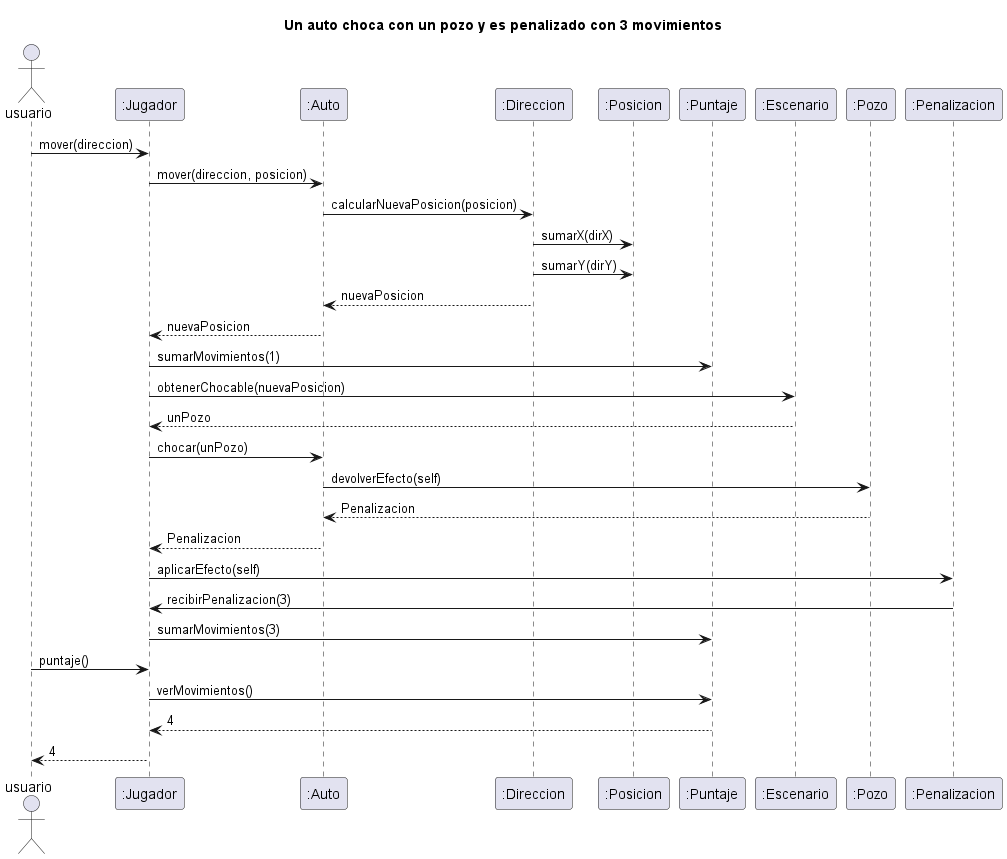
Before: diagrams/sequences/auto_choca_pozo.png, a diagram exported from PlantUML (NestorPala/T17-GPSChallenge). Its source is kept beside it as diagrams/sequences/auto_choca_pozo.puml.
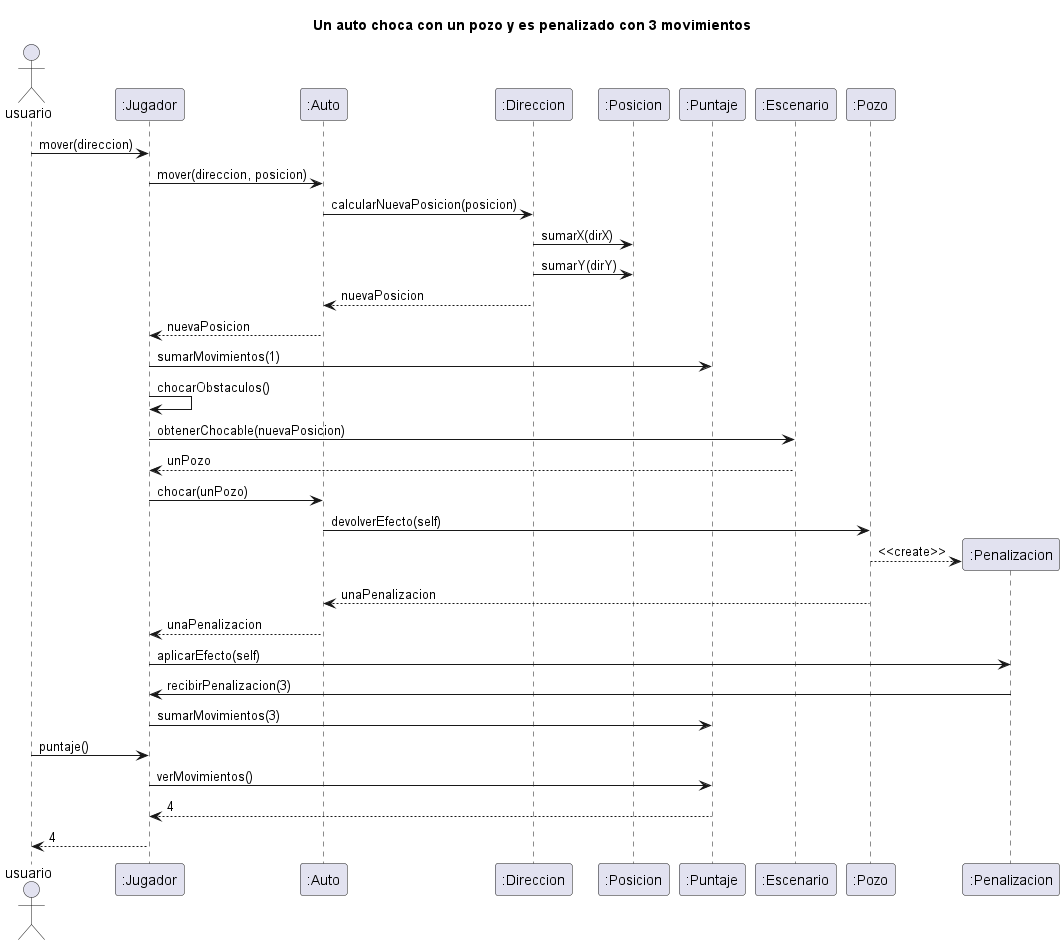
The same diagram one commit later.

Diff of the diagram source:
```diff
@@ -10,12 +10,15 @@
 ":Direccion" --> ":Auto": nuevaPosicion
 ":Auto" --> ":Jugador": nuevaPosicion
 ":Jugador" -> ":Puntaje": sumarMovimientos(1)
+":Jugador" -> ":Jugador": chocarObstaculos()
 ":Jugador" -> ":Escenario": obtenerChocable(nuevaPosicion)
 ":Escenario" --> ":Jugador": unPozo
 ":Jugador" -> ":Auto": chocar(unPozo)
 ":Auto" -> ":Pozo": devolverEfecto(self)
-":Pozo" --> ":Auto" : Penalizacion
-":Auto" --> ":Jugador" : Penalizacion
+create ":Penalizacion"
+":Pozo" --> ":Penalizacion": <<create>>
+":Pozo" --> ":Auto" : unaPenalizacion
+":Auto" --> ":Jugador" : unaPenalizacion
 ":Jugador" -> ":Penalizacion" : aplicarEfecto(self)
 ":Penalizacion" -> ":Jugador" : recibirPenalizacion(3)
 ":Jugador" -> ":Puntaje" : sumarMovimientos(3)
```
